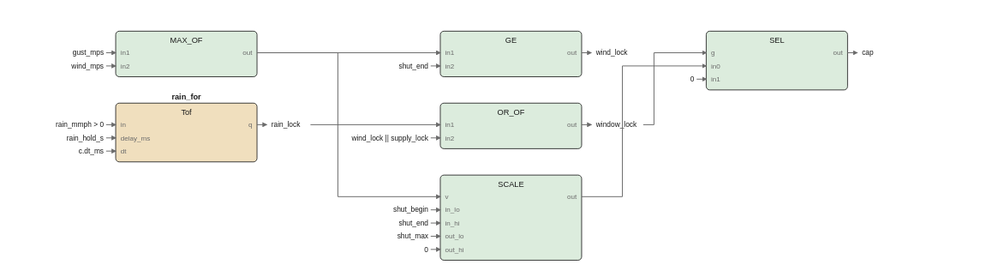
Before: images/logic/roof_lockout_fbd.drawio.svg, a diagram exported from draw.io (pstch/botanik2). Source tidied: cells renumbered, new cells last; positions are measured from the earlier drawing's top-left corner, leaving out a move shared by most shapes.
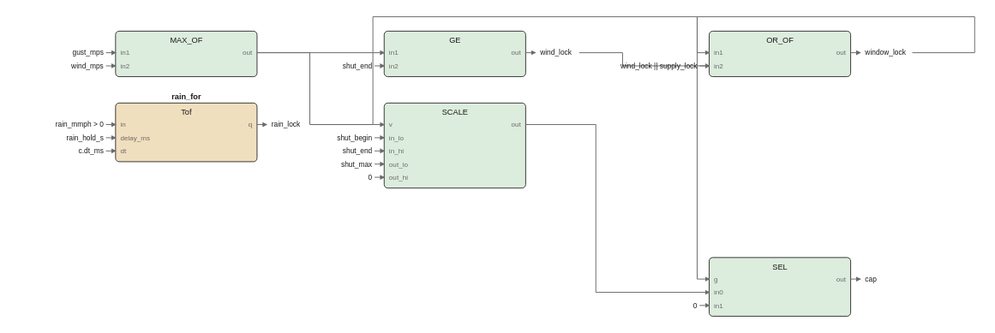
Later version of the same file.

Diff of the diagram source:
```diff
@@ -39,76 +39,76 @@
       <mxGeometry x="124" y="74.2" width="40" height="9.8" as="geometry" />
     </mxCell>
     <mxCell id="14" style="rounded=1;fillColor=#dcecdd;strokeColor=#1a1a1a;whiteSpace=wrap;html=1;fontSize=8;" parent="1" vertex="1">
-      <mxGeometry x="281" width="118" height="38" as="geometry" />
+      <mxGeometry x="234" width="118" height="38" as="geometry" />
     </mxCell>
     <mxCell id="15" value="GE" style="text;html=1;fontSize=6;fontColor=#1a1a1a;align=center;" parent="1" vertex="1">
-      <mxGeometry x="340" y="3.4" width="40" height="10.6" as="geometry" />
+      <mxGeometry x="293" y="3.4" width="40" height="10.6" as="geometry" />
     </mxCell>
     <mxCell id="16" value="in1" style="text;html=1;fontSize=5;fontColor=#6b6b6b;align=left;" parent="1" vertex="1">
-      <mxGeometry x="285" y="14.2" width="40" height="9.8" as="geometry" />
+      <mxGeometry x="238" y="14.2" width="40" height="9.8" as="geometry" />
     </mxCell>
     <mxCell id="17" value="in2" style="text;html=1;fontSize=5;fontColor=#6b6b6b;align=left;" parent="1" vertex="1">
-      <mxGeometry x="285" y="25.2" width="40" height="9.8" as="geometry" />
+      <mxGeometry x="238" y="25.2" width="40" height="9.8" as="geometry" />
     </mxCell>
     <mxCell id="18" value="out" style="text;html=1;fontSize=5;fontColor=#6b6b6b;align=left;" parent="1" vertex="1">
-      <mxGeometry x="395" y="14.2" width="40" height="9.8" as="geometry" />
+      <mxGeometry x="348" y="14.2" width="40" height="9.8" as="geometry" />
     </mxCell>
     <mxCell id="19" style="rounded=1;fillColor=#dcecdd;strokeColor=#1a1a1a;whiteSpace=wrap;html=1;fontSize=8;" parent="1" vertex="1">
-      <mxGeometry x="281" y="60" width="118" height="38" as="geometry" />
+      <mxGeometry x="234" y="60" width="118" height="71" as="geometry" />
     </mxCell>
-    <mxCell id="20" value="OR_OF" style="text;html=1;fontSize=6;fontColor=#1a1a1a;align=center;" parent="1" vertex="1">
-      <mxGeometry x="340" y="63.4" width="40" height="10.6" as="geometry" />
+    <mxCell id="20" value="SCALE" style="text;html=1;fontSize=6;fontColor=#1a1a1a;align=center;" parent="1" vertex="1">
+      <mxGeometry x="293" y="63.4" width="40" height="10.6" as="geometry" />
     </mxCell>
-    <mxCell id="21" value="in1" style="text;html=1;fontSize=5;fontColor=#6b6b6b;align=left;" parent="1" vertex="1">
-      <mxGeometry x="285" y="74.2" width="40" height="9.8" as="geometry" />
+    <mxCell id="21" value="v" style="text;html=1;fontSize=5;fontColor=#6b6b6b;align=left;" parent="1" vertex="1">
+      <mxGeometry x="238" y="74.2" width="40" height="9.8" as="geometry" />
     </mxCell>
-    <mxCell id="22" value="in2" style="text;html=1;fontSize=5;fontColor=#6b6b6b;align=left;" parent="1" vertex="1">
-      <mxGeometry x="285" y="85.2" width="40" height="9.8" as="geometry" />
+    <mxCell id="22" value="in_lo" style="text;html=1;fontSize=5;fontColor=#6b6b6b;align=left;" parent="1" vertex="1">
+      <mxGeometry x="238" y="85.2" width="40" height="9.8" as="geometry" />
     </mxCell>
-    <mxCell id="23" value="out" style="text;html=1;fontSize=5;fontColor=#6b6b6b;align=left;" parent="1" vertex="1">
-      <mxGeometry x="395" y="74.2" width="40" height="9.8" as="geometry" />
+    <mxCell id="23" value="in_hi" style="text;html=1;fontSize=5;fontColor=#6b6b6b;align=left;" parent="1" vertex="1">
+      <mxGeometry x="238" y="96.2" width="40" height="9.8" as="geometry" />
     </mxCell>
-    <mxCell id="24" style="rounded=1;fillColor=#dcecdd;strokeColor=#1a1a1a;whiteSpace=wrap;html=1;fontSize=8;" parent="1" vertex="1">
-      <mxGeometry x="281" y="120" width="118" height="71" as="geometry" />
+    <mxCell id="24" value="out_lo" style="text;html=1;fontSize=5;fontColor=#6b6b6b;align=left;" parent="1" vertex="1">
+      <mxGeometry x="238" y="107.2" width="40" height="9.8" as="geometry" />
     </mxCell>
-    <mxCell id="25" value="SCALE" style="text;html=1;fontSize=6;fontColor=#1a1a1a;align=center;" parent="1" vertex="1">
-      <mxGeometry x="340" y="123.4" width="40" height="10.6" as="geometry" />
+    <mxCell id="25" value="out_hi" style="text;html=1;fontSize=5;fontColor=#6b6b6b;align=left;" parent="1" vertex="1">
+      <mxGeometry x="238" y="118.2" width="40" height="9.8" as="geometry" />
     </mxCell>
-    <mxCell id="26" value="v" style="text;html=1;fontSize=5;fontColor=#6b6b6b;align=left;" parent="1" vertex="1">
-      <mxGeometry x="285" y="134.2" width="40" height="9.8" as="geometry" />
+    <mxCell id="26" value="out" style="text;html=1;fontSize=5;fontColor=#6b6b6b;align=left;" parent="1" vertex="1">
+      <mxGeometry x="348" y="74.2" width="40" height="9.8" as="geometry" />
     </mxCell>
-    <mxCell id="27" value="in_lo" style="text;html=1;fontSize=5;fontColor=#6b6b6b;align=left;" parent="1" vertex="1">
-      <mxGeometry x="285" y="145.2" width="40" height="9.8" as="geometry" />
+    <mxCell id="27" style="rounded=1;fillColor=#dcecdd;strokeColor=#1a1a1a;whiteSpace=wrap;html=1;fontSize=8;" parent="1" vertex="1">
+      <mxGeometry x="505" width="118" height="38" as="geometry" />
     </mxCell>
-    <mxCell id="28" value="in_hi" style="text;html=1;fontSize=5;fontColor=#6b6b6b;align=left;" parent="1" vertex="1">
-      <mxGeometry x="285" y="156.2" width="40" height="9.8" as="geometry" />
+    <mxCell id="28" value="OR_OF" style="text;html=1;fontSize=6;fontColor=#1a1a1a;align=center;" parent="1" vertex="1">
+      <mxGeometry x="564" y="3.4" width="40" height="10.6" as="geometry" />
     </mxCell>
-    <mxCell id="29" value="out_lo" style="text;html=1;fontSize=5;fontColor=#6b6b6b;align=left;" parent="1" vertex="1">
-      <mxGeometry x="285" y="167.2" width="40" height="9.8" as="geometry" />
+    <mxCell id="29" value="in1" style="text;html=1;fontSize=5;fontColor=#6b6b6b;align=left;" parent="1" vertex="1">
+      <mxGeometry x="509" y="14.2" width="40" height="9.8" as="geometry" />
     </mxCell>
-    <mxCell id="30" value="out_hi" style="text;html=1;fontSize=5;fontColor=#6b6b6b;align=left;" parent="1" vertex="1">
-      <mxGeometry x="285" y="178.2" width="40" height="9.8" as="geometry" />
+    <mxCell id="30" value="in2" style="text;html=1;fontSize=5;fontColor=#6b6b6b;align=left;" parent="1" vertex="1">
+      <mxGeometry x="509" y="25.2" width="40" height="9.8" as="geometry" />
     </mxCell>
     <mxCell id="31" value="out" style="text;html=1;fontSize=5;fontColor=#6b6b6b;align=left;" parent="1" vertex="1">
-      <mxGeometry x="395" y="134.2" width="40" height="9.8" as="geometry" />
+      <mxGeometry x="619" y="14.2" width="40" height="9.8" as="geometry" />
     </mxCell>
     <mxCell id="32" style="rounded=1;fillColor=#dcecdd;strokeColor=#1a1a1a;whiteSpace=wrap;html=1;fontSize=8;" parent="1" vertex="1">
-      <mxGeometry x="503" width="118" height="49" as="geometry" />
+      <mxGeometry x="505" y="189" width="118" height="49" as="geometry" />
     </mxCell>
     <mxCell id="33" value="SEL" style="text;html=1;fontSize=6;fontColor=#1a1a1a;align=center;" parent="1" vertex="1">
-      <mxGeometry x="562" y="3.4" width="40" height="10.6" as="geometry" />
+      <mxGeometry x="564" y="192.4" width="40" height="10.6" as="geometry" />
     </mxCell>
     <mxCell id="34" value="g" style="text;html=1;fontSize=5;fontColor=#6b6b6b;align=left;" parent="1" vertex="1">
-      <mxGeometry x="507" y="14.2" width="40" height="9.8" as="geometry" />
+      <mxGeometry x="509" y="203.2" width="40" height="9.8" as="geometry" />
     </mxCell>
     <mxCell id="35" value="in0" style="text;html=1;fontSize=5;fontColor=#6b6b6b;align=left;" parent="1" vertex="1">
-      <mxGeometry x="507" y="25.2" width="40" height="9.8" as="geometry" />
+      <mxGeometry x="509" y="214.2" width="40" height="9.8" as="geometry" />
     </mxCell>
     <mxCell id="36" value="in1" style="text;html=1;fontSize=5;fontColor=#6b6b6b;align=left;" parent="1" vertex="1">
-      <mxGeometry x="507" y="36.2" width="40" height="9.8" as="geometry" />
+      <mxGeometry x="509" y="225.2" width="40" height="9.8" as="geometry" />
     </mxCell>
     <mxCell id="37" value="out" style="text;html=1;fontSize=5;fontColor=#6b6b6b;align=left;" parent="1" vertex="1">
-      <mxGeometry x="617" y="14.2" width="40" height="9.8" as="geometry" />
+      <mxGeometry x="619" y="203.2" width="40" height="9.8" as="geometry" />
     </mxCell>
     <mxCell id="38" style="edgeStyle=none;html=1;strokeColor=#6b6b6b;endArrow=block;" parent="1" edge="1">
       <mxGeometry relative="1" as="geometry">
@@ -121,180 +121,198 @@
     </mxCell>
     <mxCell id="40" style="edgeStyle=none;html=1;strokeColor=#6b6b6b;endArrow=block;" parent="1" edge="1">
       <mxGeometry relative="1" as="geometry">
-        <mxPoint x="399" y="18" as="sourcePoint" />
-        <mxPoint x="407" y="18" as="targetPoint" />
+        <mxPoint x="352" y="18" as="sourcePoint" />
+        <mxPoint x="360" y="18" as="targetPoint" />
       </mxGeometry>
     </mxCell>
     <mxCell id="41" value="wind_lock" style="text;html=1;fontSize=6;fontColor=#1a1a1a;align=left;" parent="1" vertex="1">
-      <mxGeometry x="411" y="14" width="45" height="10" as="geometry" />
+      <mxGeometry x="364" y="14" width="45" height="10" as="geometry" />
     </mxCell>
     <mxCell id="42" style="edgeStyle=none;html=1;strokeColor=#6b6b6b;endArrow=block;" parent="1" edge="1">
       <mxGeometry relative="1" as="geometry">
-        <mxPoint x="399" y="78" as="sourcePoint" />
-        <mxPoint x="407" y="78" as="targetPoint" />
+        <mxPoint x="623" y="18" as="sourcePoint" />
+        <mxPoint x="631" y="18" as="targetPoint" />
       </mxGeometry>
     </mxCell>
     <mxCell id="43" value="window_lock" style="text;html=1;fontSize=6;fontColor=#1a1a1a;align=left;" parent="1" vertex="1">
-      <mxGeometry x="411" y="74" width="55" height="10" as="geometry" />
+      <mxGeometry x="635" y="14" width="55" height="10" as="geometry" />
     </mxCell>
     <mxCell id="44" style="edgeStyle=none;html=1;strokeColor=#6b6b6b;endArrow=block;" parent="1" edge="1">
       <mxGeometry relative="1" as="geometry">
-        <mxPoint x="621" y="18" as="sourcePoint" />
-        <mxPoint x="629" y="18" as="targetPoint" />
+        <mxPoint x="623" y="207" as="sourcePoint" />
+        <mxPoint x="631" y="207" as="targetPoint" />
       </mxGeometry>
     </mxCell>
     <mxCell id="45" value="cap" style="text;html=1;fontSize=6;fontColor=#1a1a1a;align=left;" parent="1" vertex="1">
-      <mxGeometry x="633" y="14" width="40" height="10" as="geometry" />
+      <mxGeometry x="635" y="203" width="40" height="10" as="geometry" />
     </mxCell>
     <mxCell id="46" style="edgeStyle=none;html=1;strokeColor=#6b6b6b;endArrow=block;" parent="1" edge="1">
       <mxGeometry relative="1" as="geometry">
         <mxPoint x="128" y="18" as="sourcePoint" />
-        <mxPoint x="281" y="18" as="targetPoint" />
+        <mxPoint x="234" y="18" as="targetPoint" />
       </mxGeometry>
     </mxCell>
     <mxCell id="47" style="edgeStyle=none;html=1;strokeColor=#6b6b6b;endArrow=block;" parent="1" edge="1">
       <mxGeometry relative="1" as="geometry">
         <mxPoint x="172.6" y="78" as="sourcePoint" />
-        <mxPoint x="281" y="78" as="targetPoint" />
+        <mxPoint x="505" y="18" as="targetPoint" />
+        <Array as="points">
+          <mxPoint x="224.6" y="78" />
+          <mxPoint x="224.6" y="-12" />
+          <mxPoint x="495" y="-12" />
+          <mxPoint x="495" y="18" />
+        </Array>
       </mxGeometry>
     </mxCell>
     <mxCell id="48" style="edgeStyle=none;html=1;strokeColor=#6b6b6b;endArrow=block;" parent="1" edge="1">
       <mxGeometry relative="1" as="geometry">
-        <mxPoint x="128" y="18" as="sourcePoint" />
-        <mxPoint x="281" y="138" as="targetPoint" />
+        <mxPoint x="396.6" y="18" as="sourcePoint" />
+        <mxPoint x="505" y="29" as="targetPoint" />
         <Array as="points">
-          <mxPoint x="195.5" y="18" />
-          <mxPoint x="195.5" y="138" />
+          <mxPoint x="432.8" y="18" />
+          <mxPoint x="432.8" y="29" />
         </Array>
       </mxGeometry>
     </mxCell>
     <mxCell id="49" style="edgeStyle=none;html=1;strokeColor=#6b6b6b;endArrow=block;" parent="1" edge="1">
       <mxGeometry relative="1" as="geometry">
-        <mxPoint x="450.4" y="78" as="sourcePoint" />
-        <mxPoint x="503" y="18" as="targetPoint" />
+        <mxPoint x="128" y="18" as="sourcePoint" />
+        <mxPoint x="234" y="78" as="targetPoint" />
         <Array as="points">
-          <mxPoint x="459.4" y="78" />
-          <mxPoint x="459.4" y="18" />
+          <mxPoint x="172" y="18" />
+          <mxPoint x="172" y="78" />
         </Array>
       </mxGeometry>
     </mxCell>
     <mxCell id="50" style="edgeStyle=none;html=1;strokeColor=#6b6b6b;endArrow=block;" parent="1" edge="1">
       <mxGeometry relative="1" as="geometry">
-        <mxPoint x="399" y="138" as="sourcePoint" />
-        <mxPoint x="503" y="29" as="targetPoint" />
+        <mxPoint x="674.4" y="18" as="sourcePoint" />
+        <mxPoint x="505" y="207" as="targetPoint" />
         <Array as="points">
-          <mxPoint x="433" y="138" />
-          <mxPoint x="433" y="29" />
+          <mxPoint x="726.4" y="18" />
+          <mxPoint x="726.4" y="-12" />
+          <mxPoint x="495" y="-12" />
+          <mxPoint x="495" y="207" />
         </Array>
       </mxGeometry>
     </mxCell>
+    <mxCell id="75" style="edgeStyle=none;html=1;strokeColor=#6b6b6b;endArrow=block;" parent="1" edge="1">
+      <mxGeometry relative="1" as="geometry">
+        <mxPoint x="352" y="78" as="sourcePoint" />
+        <mxPoint x="505" y="218" as="targetPoint" />
+        <Array as="points">
+          <mxPoint x="410.5" y="78" />
+          <mxPoint x="410.5" y="218" />
+        </Array>
+      </mxGeometry>
+    </mxCell>
     <mxCell id="51" value="gust_mps" style="text;html=1;fontSize=6;fontColor=#1a1a1a;align=left;" parent="1" vertex="1">
       <mxGeometry y="14" width="40" height="10" as="geometry" />
     </mxCell>
-    <mxCell id="52" style="edgeStyle=none;html=1;strokeColor=#6b6b6b;endArrow=block;" parent="1" edge="1">
-      <mxGeometry relative="1" as="geometry">
-        <mxPoint x="2" y="18" as="sourcePoint" />
-        <mxPoint x="10" y="18" as="targetPoint" />
-      </mxGeometry>
-    </mxCell>
+    <mxCell id="76" style="edgeStyle=none;html=1;strokeColor=#6b6b6b;endArrow=block;" parent="1" edge="1">
+      <mxGeometry relative="1" as="geometry">
+        <mxPoint x="2" y="18" as="sourcePoint" />
+        <mxPoint x="10" y="18" as="targetPoint" />
+      </mxGeometry>
+    </mxCell>
     <mxCell id="53" value="wind_mps" style="text;html=1;fontSize=6;fontColor=#1a1a1a;align=left;" parent="1" vertex="1">
       <mxGeometry y="25" width="40" height="10" as="geometry" />
     </mxCell>
-    <mxCell id="54" style="edgeStyle=none;html=1;strokeColor=#6b6b6b;endArrow=block;" parent="1" edge="1">
-      <mxGeometry relative="1" as="geometry">
-        <mxPoint x="2" y="29" as="sourcePoint" />
-        <mxPoint x="10" y="29" as="targetPoint" />
-      </mxGeometry>
-    </mxCell>
+    <mxCell id="77" style="edgeStyle=none;html=1;strokeColor=#6b6b6b;endArrow=block;" parent="1" edge="1">
+      <mxGeometry relative="1" as="geometry">
+        <mxPoint x="2" y="29" as="sourcePoint" />
+        <mxPoint x="10" y="29" as="targetPoint" />
+      </mxGeometry>
+    </mxCell>
     <mxCell id="55" value="rain_mmph &gt; 0" style="text;html=1;fontSize=6;fontColor=#1a1a1a;align=left;" parent="1" vertex="1">
       <mxGeometry y="74" width="65" height="10" as="geometry" />
     </mxCell>
-    <mxCell id="56" style="edgeStyle=none;html=1;strokeColor=#6b6b6b;endArrow=block;" parent="1" edge="1">
-      <mxGeometry relative="1" as="geometry">
-        <mxPoint x="2" y="78" as="sourcePoint" />
-        <mxPoint x="10" y="78" as="targetPoint" />
-      </mxGeometry>
-    </mxCell>
+    <mxCell id="78" style="edgeStyle=none;html=1;strokeColor=#6b6b6b;endArrow=block;" parent="1" edge="1">
+      <mxGeometry relative="1" as="geometry">
+        <mxPoint x="2" y="78" as="sourcePoint" />
+        <mxPoint x="10" y="78" as="targetPoint" />
+      </mxGeometry>
+    </mxCell>
     <mxCell id="57" value="rain_hold_s" style="text;html=1;fontSize=6;fontColor=#1a1a1a;align=left;" parent="1" vertex="1">
       <mxGeometry y="85" width="55" height="10" as="geometry" />
     </mxCell>
-    <mxCell id="58" style="edgeStyle=none;html=1;strokeColor=#6b6b6b;endArrow=block;" parent="1" edge="1">
-      <mxGeometry relative="1" as="geometry">
-        <mxPoint x="2" y="89" as="sourcePoint" />
-        <mxPoint x="10" y="89" as="targetPoint" />
-      </mxGeometry>
-    </mxCell>
+    <mxCell id="79" style="edgeStyle=none;html=1;strokeColor=#6b6b6b;endArrow=block;" parent="1" edge="1">
+      <mxGeometry relative="1" as="geometry">
+        <mxPoint x="2" y="89" as="sourcePoint" />
+        <mxPoint x="10" y="89" as="targetPoint" />
+      </mxGeometry>
+    </mxCell>
     <mxCell id="59" value="c.dt_ms" style="text;html=1;fontSize=6;fontColor=#1a1a1a;align=left;" parent="1" vertex="1">
       <mxGeometry y="96" width="40" height="10" as="geometry" />
     </mxCell>
-    <mxCell id="60" style="edgeStyle=none;html=1;strokeColor=#6b6b6b;endArrow=block;" parent="1" edge="1">
-      <mxGeometry relative="1" as="geometry">
-        <mxPoint x="2" y="100" as="sourcePoint" />
-        <mxPoint x="10" y="100" as="targetPoint" />
-      </mxGeometry>
-    </mxCell>
-    <mxCell id="61" value="shut_end" style="text;html=1;fontSize=6;fontColor=#1a1a1a;align=left;" parent="1" vertex="1">
-      <mxGeometry x="271" y="25" width="40" height="10" as="geometry" />
-    </mxCell>
-    <mxCell id="62" style="edgeStyle=none;html=1;strokeColor=#6b6b6b;endArrow=block;" parent="1" edge="1">
-      <mxGeometry relative="1" as="geometry">
-        <mxPoint x="273" y="29" as="sourcePoint" />
-        <mxPoint x="281" y="29" as="targetPoint" />
-      </mxGeometry>
-    </mxCell>
+    <mxCell id="80" style="edgeStyle=none;html=1;strokeColor=#6b6b6b;endArrow=block;" parent="1" edge="1">
+      <mxGeometry relative="1" as="geometry">
+        <mxPoint x="2" y="100" as="sourcePoint" />
+        <mxPoint x="10" y="100" as="targetPoint" />
+      </mxGeometry>
+    </mxCell>
+    <mxCell id="81" value="shut_end" style="text;html=1;fontSize=6;fontColor=#1a1a1a;align=left;" parent="1" vertex="1">
+      <mxGeometry x="224" y="25" width="40" height="10" as="geometry" />
+    </mxCell>
+    <mxCell id="82" style="edgeStyle=none;html=1;strokeColor=#6b6b6b;endArrow=block;" parent="1" edge="1">
+      <mxGeometry relative="1" as="geometry">
+        <mxPoint x="226" y="29" as="sourcePoint" />
+        <mxPoint x="234" y="29" as="targetPoint" />
+      </mxGeometry>
+    </mxCell>
     <mxCell id="63" value="wind_lock || supply_lock" style="text;html=1;fontSize=6;fontColor=#1a1a1a;align=left;" parent="1" vertex="1">
-      <mxGeometry x="271" y="85" width="120" height="10" as="geometry" />
+      <mxGeometry x="495" y="25" width="120" height="10" as="geometry" />
     </mxCell>
-    <mxCell id="64" style="edgeStyle=none;html=1;strokeColor=#6b6b6b;endArrow=block;" parent="1" edge="1">
-      <mxGeometry relative="1" as="geometry">
-        <mxPoint x="273" y="89" as="sourcePoint" />
-        <mxPoint x="281" y="89" as="targetPoint" />
-      </mxGeometry>
-    </mxCell>
+    <mxCell id="83" style="edgeStyle=none;html=1;strokeColor=#6b6b6b;endArrow=block;" parent="1" edge="1">
+      <mxGeometry relative="1" as="geometry">
+        <mxPoint x="497" y="29" as="sourcePoint" />
+        <mxPoint x="505" y="29" as="targetPoint" />
+      </mxGeometry>
+    </mxCell>
     <mxCell id="65" value="shut_begin" style="text;html=1;fontSize=6;fontColor=#1a1a1a;align=left;" parent="1" vertex="1">
-      <mxGeometry x="271" y="145" width="50" height="10" as="geometry" />
+      <mxGeometry x="224" y="85" width="50" height="10" as="geometry" />
     </mxCell>
-    <mxCell id="66" style="edgeStyle=none;html=1;strokeColor=#6b6b6b;endArrow=block;" parent="1" edge="1">
-      <mxGeometry relative="1" as="geometry">
-        <mxPoint x="273" y="149" as="sourcePoint" />
-        <mxPoint x="281" y="149" as="targetPoint" />
-      </mxGeometry>
-    </mxCell>
-    <mxCell id="67" value="shut_end" style="text;html=1;fontSize=6;fontColor=#1a1a1a;align=left;" parent="1" vertex="1">
-      <mxGeometry x="271" y="156" width="40" height="10" as="geometry" />
-    </mxCell>
-    <mxCell id="68" style="edgeStyle=none;html=1;strokeColor=#6b6b6b;endArrow=block;" parent="1" edge="1">
-      <mxGeometry relative="1" as="geometry">
-        <mxPoint x="273" y="160" as="sourcePoint" />
-        <mxPoint x="281" y="160" as="targetPoint" />
-      </mxGeometry>
-    </mxCell>
+    <mxCell id="84" style="edgeStyle=none;html=1;strokeColor=#6b6b6b;endArrow=block;" parent="1" edge="1">
+      <mxGeometry relative="1" as="geometry">
+        <mxPoint x="226" y="89" as="sourcePoint" />
+        <mxPoint x="234" y="89" as="targetPoint" />
+      </mxGeometry>
+    </mxCell>
+    <mxCell id="85" value="shut_end" style="text;html=1;fontSize=6;fontColor=#1a1a1a;align=left;" parent="1" vertex="1">
+      <mxGeometry x="224" y="96" width="40" height="10" as="geometry" />
+    </mxCell>
+    <mxCell id="86" style="edgeStyle=none;html=1;strokeColor=#6b6b6b;endArrow=block;" parent="1" edge="1">
+      <mxGeometry relative="1" as="geometry">
+        <mxPoint x="226" y="100" as="sourcePoint" />
+        <mxPoint x="234" y="100" as="targetPoint" />
+      </mxGeometry>
+    </mxCell>
     <mxCell id="69" value="shut_max" style="text;html=1;fontSize=6;fontColor=#1a1a1a;align=left;" parent="1" vertex="1">
-      <mxGeometry x="271" y="167" width="40" height="10" as="geometry" />
+      <mxGeometry x="224" y="107" width="40" height="10" as="geometry" />
     </mxCell>
-    <mxCell id="70" style="edgeStyle=none;html=1;strokeColor=#6b6b6b;endArrow=block;" parent="1" edge="1">
-      <mxGeometry relative="1" as="geometry">
-        <mxPoint x="273" y="171" as="sourcePoint" />
-        <mxPoint x="281" y="171" as="targetPoint" />
-      </mxGeometry>
-    </mxCell>
-    <mxCell id="71" value="0" style="text;html=1;fontSize=6;fontColor=#1a1a1a;align=left;" parent="1" vertex="1">
-      <mxGeometry x="271" y="178" width="40" height="10" as="geometry" />
-    </mxCell>
-    <mxCell id="72" style="edgeStyle=none;html=1;strokeColor=#6b6b6b;endArrow=block;" parent="1" edge="1">
-      <mxGeometry relative="1" as="geometry">
-        <mxPoint x="273" y="182" as="sourcePoint" />
-        <mxPoint x="281" y="182" as="targetPoint" />
-      </mxGeometry>
-    </mxCell>
-    <mxCell id="73" value="0" style="text;html=1;fontSize=6;fontColor=#1a1a1a;align=left;" parent="1" vertex="1">
-      <mxGeometry x="493" y="36" width="40" height="10" as="geometry" />
-    </mxCell>
-    <mxCell id="74" style="edgeStyle=none;html=1;strokeColor=#6b6b6b;endArrow=block;" parent="1" edge="1">
-      <mxGeometry relative="1" as="geometry">
-        <mxPoint x="495" y="40" as="sourcePoint" />
-        <mxPoint x="503" y="40" as="targetPoint" />
-      </mxGeometry>
-    </mxCell>
+    <mxCell id="87" style="edgeStyle=none;html=1;strokeColor=#6b6b6b;endArrow=block;" parent="1" edge="1">
+      <mxGeometry relative="1" as="geometry">
+        <mxPoint x="226" y="111" as="sourcePoint" />
+        <mxPoint x="234" y="111" as="targetPoint" />
+      </mxGeometry>
+    </mxCell>
+    <mxCell id="88" value="0" style="text;html=1;fontSize=6;fontColor=#1a1a1a;align=left;" parent="1" vertex="1">
+      <mxGeometry x="224" y="118" width="40" height="10" as="geometry" />
+    </mxCell>
+    <mxCell id="89" style="edgeStyle=none;html=1;strokeColor=#6b6b6b;endArrow=block;" parent="1" edge="1">
+      <mxGeometry relative="1" as="geometry">
+        <mxPoint x="226" y="122" as="sourcePoint" />
+        <mxPoint x="234" y="122" as="targetPoint" />
+      </mxGeometry>
+    </mxCell>
+    <mxCell id="90" value="0" style="text;html=1;fontSize=6;fontColor=#1a1a1a;align=left;" parent="1" vertex="1">
+      <mxGeometry x="495" y="225" width="40" height="10" as="geometry" />
+    </mxCell>
+    <mxCell id="91" style="edgeStyle=none;html=1;strokeColor=#6b6b6b;endArrow=block;" parent="1" edge="1">
+      <mxGeometry relative="1" as="geometry">
+        <mxPoint x="497" y="229" as="sourcePoint" />
+        <mxPoint x="505" y="229" as="targetPoint" />
+      </mxGeometry>
+    </mxCell>
   </root>
 </mxGraphModel>
```
